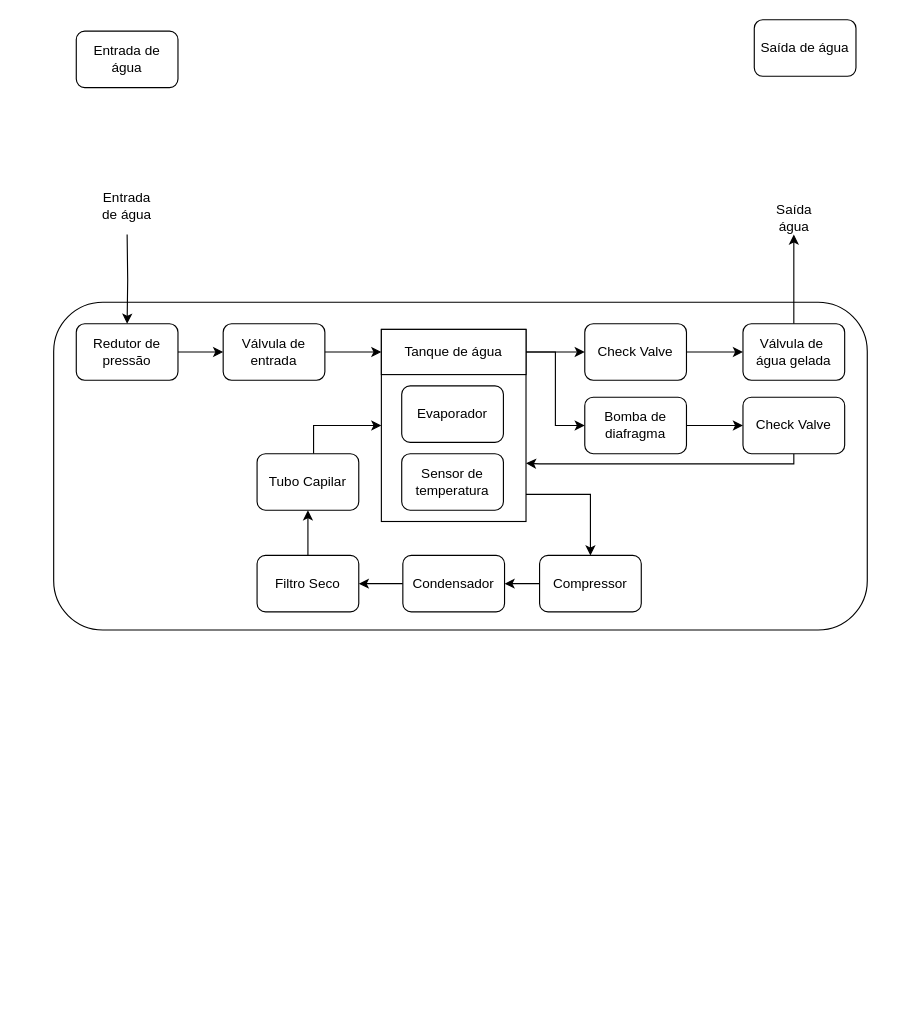
Before: Fluxogramas/Ciclo_refrigeracao.drawio in GABRIELLUIZMARTINS/DrawIO, a draw.io diagram. Source tidied: cells renumbered, new cells numbered last; positions are measured from the earlier drawing's top-left corner, leaving out a move shared by most shapes. Both pictures are drawn from the tidied source at 113%, with x=0, y=0 at pixel (53, 19).
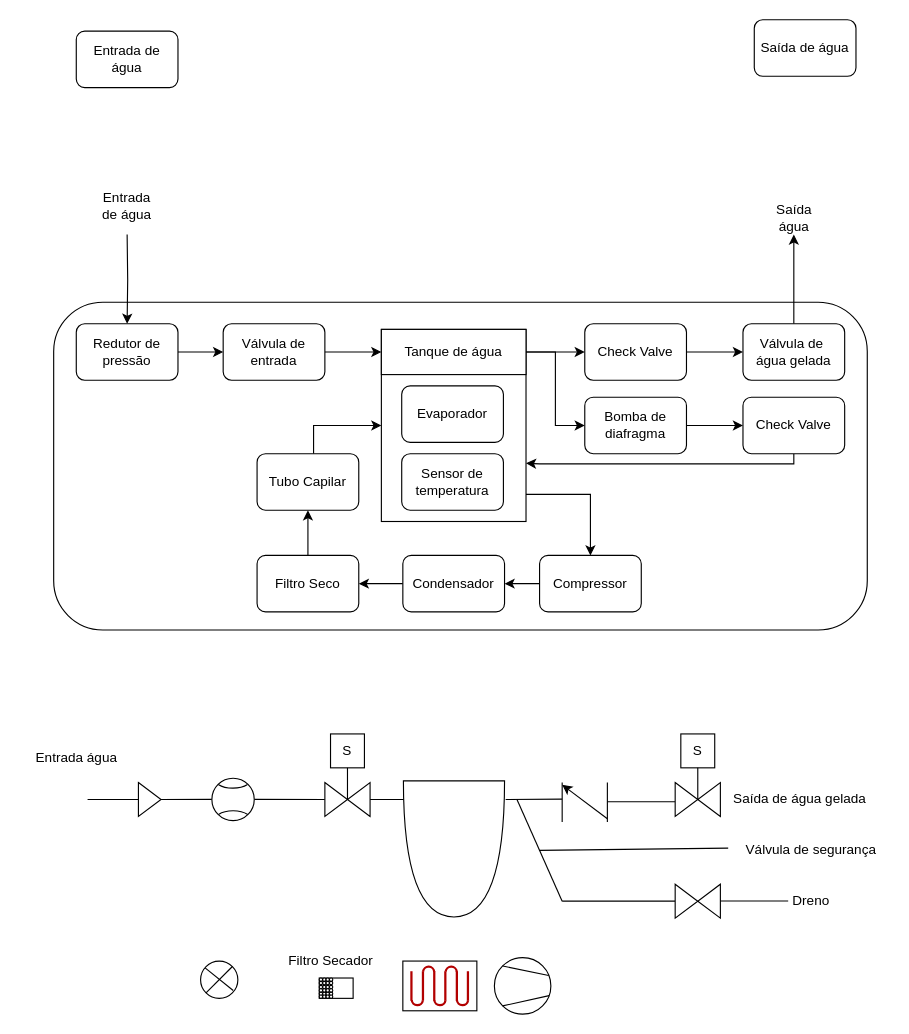
Above is the later version.

Change to the diagram source:
```diff
@@
+    <mxCell id="36" style="endArrow=none;html=1;rounded=0;entryX=0;entryY=0.5;entryDx=0;entryDy=0;" parent="1" edge="1" target="37">
+      <mxGeometry relative="1" as="geometry">
+        <mxPoint x="30" y="690" as="sourcePoint" />
+      </mxGeometry>
+    </mxCell>
+    <mxCell id="37" style="triangle;whiteSpace=wrap;html=1;" parent="1" vertex="1">
+      <mxGeometry x="75" y="675" width="20" height="30" as="geometry" />
+    </mxCell>
+    <mxCell id="38" style="endArrow=none;html=1;rounded=0;exitX=1;exitY=0.5;exitDx=0;exitDy=0;" parent="1" edge="1" source="37" target="45">
+      <mxGeometry relative="1" as="geometry" />
+    </mxCell>
+    <mxCell id="39" style="endArrow=none;html=1;rounded=0;exitX=1;exitY=0.5;exitDx=0;exitDy=0;" parent="1" edge="1" source="45">
+      <mxGeometry relative="1" as="geometry">
+        <mxPoint x="240" y="690" as="targetPoint" />
+      </mxGeometry>
+    </mxCell>
+    <mxCell id="40" value="S" style="rounded=0;whiteSpace=wrap;html=1;" parent="1" vertex="1">
+      <mxGeometry x="245" y="632" width="30" height="30" as="geometry" />
+    </mxCell>
+    <mxCell id="41" style="edgeStyle=orthogonalEdgeStyle;rounded=0;jettySize=auto;html=1;endArrow=none;endFill=0;entryX=0.5;entryY=1;entryDx=0;entryDy=0;exitX=1;exitY=0.5;exitDx=0;exitDy=0;" parent="1" edge="1" source="43" target="40">
+      <mxGeometry relative="1" as="geometry">
+        <Array as="points">
+          <mxPoint x="260" y="680" />
+          <mxPoint x="260" y="680" />
+        </Array>
+      </mxGeometry>
+    </mxCell>
+    <mxCell id="42" style="triangle;whiteSpace=wrap;html=1;" parent="1" vertex="1">
+      <mxGeometry x="240" y="675" width="20" height="30" as="geometry" />
+    </mxCell>
+    <mxCell id="43" style="triangle;whiteSpace=wrap;html=1;rotation=-180;" parent="1" vertex="1">
+      <mxGeometry x="260" y="675" width="20" height="30" as="geometry" />
+    </mxCell>
+    <mxCell id="44" style="group;" parent="1" vertex="1">
+      <mxGeometry x="140" y="660" width="37.5" height="60" as="geometry" />
+    </mxCell>
+    <mxCell id="45" style="ellipse;whiteSpace=wrap;html=1;" parent="44" vertex="1">
+      <mxGeometry y="11.2" width="37.5" height="37.5" as="geometry" />
+    </mxCell>
+    <mxCell id="46" style="verticalLabelPosition=bottom;verticalAlign=top;html=1;shape=mxgraph.basic.arc;startAngle=0.3686371943260041;endAngle=0.6340846886755098;rotation=-180;" parent="44" vertex="1">
+      <mxGeometry x="1.2" y="40" width="35" height="20" as="geometry" />
+    </mxCell>
+    <mxCell id="47" style="verticalLabelPosition=bottom;verticalAlign=top;html=1;shape=mxgraph.basic.arc;startAngle=0.3686371943260041;endAngle=0.6340846886755098;rotation=0;" parent="44" vertex="1">
+      <mxGeometry x="1.2" width="35" height="20" as="geometry" />
+    </mxCell>
+    <mxCell id="48" style="endArrow=none;html=1;rounded=0;exitX=0;exitY=0.5;exitDx=0;exitDy=0;" parent="1" edge="1" source="43">
+      <mxGeometry relative="1" as="geometry">
+        <mxPoint x="310" y="690" as="targetPoint" />
+      </mxGeometry>
+    </mxCell>
+    <mxCell id="49" style="shape=or;whiteSpace=wrap;html=1;rotation=90;" parent="1" vertex="1">
+      <mxGeometry x="294" y="689" width="120.5" height="89.5" as="geometry" />
+    </mxCell>
+    <mxCell id="50" style="endArrow=none;html=1;rounded=0;" parent="1" edge="1">
+      <mxGeometry relative="1" as="geometry">
+        <mxPoint x="490" y="692" as="sourcePoint" />
+        <mxPoint x="550" y="692" as="targetPoint" />
+      </mxGeometry>
+    </mxCell>
+    <mxCell id="51" style="endArrow=none;html=1;rounded=0;" parent="1" edge="1">
+      <mxGeometry relative="1" as="geometry">
+        <mxPoint x="410" y="690" as="sourcePoint" />
+        <mxPoint x="450" y="780" as="targetPoint" />
+      </mxGeometry>
+    </mxCell>
+    <mxCell id="52" value="Válvula de segurança" style="text;html=1;align=center;verticalAlign=middle;points=[];strokeColor=none;fillColor=none;" parent="1" vertex="1">
+      <mxGeometry x="600" y="720" width="140" height="30" as="geometry" />
+    </mxCell>
+    <mxCell id="53" value="S" style="rounded=0;whiteSpace=wrap;html=1;" parent="1" vertex="1">
+      <mxGeometry x="555" y="632" width="30" height="30" as="geometry" />
+    </mxCell>
+    <mxCell id="54" style="edgeStyle=orthogonalEdgeStyle;rounded=0;jettySize=auto;html=1;endArrow=none;endFill=0;entryX=0.5;entryY=1;entryDx=0;entryDy=0;exitX=1;exitY=0.5;exitDx=0;exitDy=0;" parent="1" edge="1" source="56" target="53">
+      <mxGeometry relative="1" as="geometry">
+        <Array as="points">
+          <mxPoint x="570" y="680" />
+          <mxPoint x="570" y="680" />
+        </Array>
+      </mxGeometry>
+    </mxCell>
+    <mxCell id="55" style="triangle;whiteSpace=wrap;html=1;" parent="1" vertex="1">
+      <mxGeometry x="550" y="675" width="20" height="30" as="geometry" />
+    </mxCell>
+    <mxCell id="56" style="triangle;whiteSpace=wrap;html=1;rotation=-180;" parent="1" vertex="1">
+      <mxGeometry x="570" y="675" width="20" height="30" as="geometry" />
+    </mxCell>
+    <mxCell id="57" style="endArrow=none;html=1;rounded=0;" parent="1" edge="1">
+      <mxGeometry relative="1" as="geometry">
+        <mxPoint x="490" y="710" as="sourcePoint" />
+        <mxPoint x="490" y="675" as="targetPoint" />
+      </mxGeometry>
+    </mxCell>
+    <mxCell id="58" style="endArrow=none;html=1;rounded=0;" parent="1" edge="1">
+      <mxGeometry relative="1" as="geometry">
+        <mxPoint x="450" y="710" as="sourcePoint" />
+        <mxPoint x="450" y="675" as="targetPoint" />
+      </mxGeometry>
+    </mxCell>
+    <mxCell id="59" style="endArrow=classic;html=1;rounded=0;" parent="1" edge="1">
+      <mxGeometry relative="1" as="geometry">
+        <mxPoint x="490" y="707" as="sourcePoint" />
+        <mxPoint x="450" y="677" as="targetPoint" />
+      </mxGeometry>
+    </mxCell>
+    <mxCell id="60" style="endArrow=none;html=1;rounded=0;" parent="1" edge="1">
+      <mxGeometry relative="1" as="geometry">
+        <mxPoint x="400" y="690" as="sourcePoint" />
+        <mxPoint x="450" y="689.7" as="targetPoint" />
+      </mxGeometry>
+    </mxCell>
+    <mxCell id="61" value="Saída de água gelada" style="text;html=1;align=center;verticalAlign=middle;strokeColor=none;fillColor=none;" parent="1" vertex="1">
+      <mxGeometry x="590" y="675" width="140" height="30" as="geometry" />
+    </mxCell>
+    <mxCell id="62" style="endArrow=none;html=1;rounded=0;entryX=0;entryY=0.5;entryDx=0;entryDy=0;" parent="1" edge="1" target="63">
+      <mxGeometry relative="1" as="geometry">
+        <mxPoint x="450" y="780" as="sourcePoint" />
+      </mxGeometry>
+    </mxCell>
+    <mxCell id="63" style="triangle;whiteSpace=wrap;html=1;" parent="1" vertex="1">
+      <mxGeometry x="550" y="765" width="20" height="30" as="geometry" />
+    </mxCell>
+    <mxCell id="64" style="triangle;whiteSpace=wrap;html=1;rotation=-180;" parent="1" vertex="1">
+      <mxGeometry x="570" y="765" width="20" height="30" as="geometry" />
+    </mxCell>
+    <mxCell id="65" value="Dreno" style="text;html=1;align=center;verticalAlign=middle;strokeColor=none;fillColor=none;" parent="1" vertex="1">
+      <mxGeometry x="640" y="765" width="60" height="30" as="geometry" />
+    </mxCell>
+    <mxCell id="66" style="endArrow=none;html=1;rounded=0;" parent="1" edge="1">
+      <mxGeometry relative="1" as="geometry">
+        <mxPoint x="590" y="779.8" as="sourcePoint" />
+        <mxPoint x="650" y="779.8" as="targetPoint" />
+      </mxGeometry>
+    </mxCell>
+    <mxCell id="67" style="endArrow=none;html=1;rounded=0;entryX=-0.022;entryY=0.437;entryDx=0;entryDy=0;entryPerimeter=0;" parent="1" edge="1" target="52">
+      <mxGeometry relative="1" as="geometry">
+        <mxPoint x="430" y="735" as="sourcePoint" />
+      </mxGeometry>
+    </mxCell>
+    <mxCell id="68" value="Entrada água" style="text;html=1;align=center;verticalAlign=middle;strokeColor=none;fillColor=none;" parent="1" vertex="1">
+      <mxGeometry x="-30" y="638" width="100" height="30" as="geometry" />
+    </mxCell>
+    <mxCell id="69" style="group;" parent="1" vertex="1">
+      <mxGeometry x="390" y="830" width="50" height="50" as="geometry" />
+    </mxCell>
+    <mxCell id="70" style="ellipse;whiteSpace=wrap;html=1;" parent="69" vertex="1">
+      <mxGeometry width="50" height="50" as="geometry" />
+    </mxCell>
+    <mxCell id="71" style="endArrow=none;html=1;rounded=0;exitX=0;exitY=1;exitDx=0;exitDy=0;entryX=0.969;entryY=0.671;entryDx=0;entryDy=0;entryPerimeter=0;" parent="69" edge="1" source="70" target="70">
+      <mxGeometry relative="1" as="geometry" />
+    </mxCell>
+    <mxCell id="72" style="endArrow=none;html=1;rounded=0;exitX=0;exitY=0;exitDx=0;exitDy=0;entryX=0.962;entryY=0.316;entryDx=0;entryDy=0;entryPerimeter=0;" parent="69" edge="1" source="70" target="70">
+      <mxGeometry relative="1" as="geometry" />
+    </mxCell>
+    <mxCell id="73" style="rounded=0;whiteSpace=wrap;html=1;" parent="1" vertex="1">
+      <mxGeometry x="309" y="833" width="65.5" height="44" as="geometry" />
+    </mxCell>
+    <mxCell id="74" style="verticalLabelPosition=bottom;verticalAlign=top;html=1;shape=mxgraph.basic.arc;startAngle=0.7736965711387448;endAngle=0.23488796658054026;rotation=-180;strokeWidth=2;fillColor=#e51400;fontColor=#ffffff;strokeColor=#B20000;" parent="1" vertex="1">
+      <mxGeometry x="336.8" y="862" width="10" height="10" as="geometry" />
+    </mxCell>
+    <mxCell id="75" style="endArrow=none;html=1;rounded=0;strokeWidth=2;fillColor=#e51400;strokeColor=#B20000;" parent="1" edge="1">
+      <mxGeometry relative="1" as="geometry">
+        <mxPoint x="336.8" y="868" as="sourcePoint" />
+        <mxPoint x="336.8" y="842" as="targetPoint" />
+      </mxGeometry>
+    </mxCell>
+    <mxCell id="76" style="verticalLabelPosition=bottom;verticalAlign=top;html=1;shape=mxgraph.basic.arc;startAngle=0.7736965711387448;endAngle=0.23488796658054026;strokeWidth=2;fillColor=#e51400;fontColor=#ffffff;strokeColor=#B20000;" parent="1" vertex="1">
+      <mxGeometry x="326.8" y="838" width="10" height="10" as="geometry" />
+    </mxCell>
+    <mxCell id="77" style="endArrow=none;html=1;rounded=0;strokeWidth=2;fillColor=#e51400;strokeColor=#B20000;" parent="1" edge="1">
+      <mxGeometry relative="1" as="geometry">
+        <mxPoint x="346.6" y="868" as="sourcePoint" />
+        <mxPoint x="346.6" y="842" as="targetPoint" />
+      </mxGeometry>
+    </mxCell>
+    <mxCell id="78" style="verticalLabelPosition=bottom;verticalAlign=top;html=1;shape=mxgraph.basic.arc;startAngle=0.7736965711387448;endAngle=0.23488796658054026;rotation=-180;strokeWidth=2;fillColor=#e51400;fontColor=#ffffff;strokeColor=#B20000;" parent="1" vertex="1">
+      <mxGeometry x="356.8" y="862" width="10" height="10" as="geometry" />
+    </mxCell>
+    <mxCell id="79" style="endArrow=none;html=1;rounded=0;strokeWidth=2;fillColor=#e51400;strokeColor=#B20000;" parent="1" edge="1">
+      <mxGeometry relative="1" as="geometry">
+        <mxPoint x="356.8" y="868" as="sourcePoint" />
+        <mxPoint x="356.8" y="842" as="targetPoint" />
+      </mxGeometry>
+    </mxCell>
+    <mxCell id="80" style="verticalLabelPosition=bottom;verticalAlign=top;html=1;shape=mxgraph.basic.arc;startAngle=0.7736965711387448;endAngle=0.23488796658054026;strokeWidth=2;fillColor=#e51400;fontColor=#ffffff;strokeColor=#B20000;" parent="1" vertex="1">
+      <mxGeometry x="346.8" y="838" width="10" height="10" as="geometry" />
+    </mxCell>
+    <mxCell id="81" style="endArrow=none;html=1;rounded=0;strokeWidth=2;fillColor=#e51400;strokeColor=#B20000;" parent="1" edge="1">
+      <mxGeometry relative="1" as="geometry">
+        <mxPoint x="366.6" y="868" as="sourcePoint" />
+        <mxPoint x="366.6" y="842" as="targetPoint" />
+      </mxGeometry>
+    </mxCell>
+    <mxCell id="82" style="verticalLabelPosition=bottom;verticalAlign=top;html=1;shape=mxgraph.basic.arc;startAngle=0.7736965711387448;endAngle=0.23488796658054026;rotation=-180;strokeWidth=2;fillColor=#e51400;fontColor=#ffffff;strokeColor=#B20000;" parent="1" vertex="1">
+      <mxGeometry x="316.8" y="862" width="10" height="10" as="geometry" />
+    </mxCell>
+    <mxCell id="83" style="endArrow=none;html=1;rounded=0;strokeWidth=2;fillColor=#e51400;strokeColor=#B20000;" parent="1" edge="1">
+      <mxGeometry relative="1" as="geometry">
+        <mxPoint x="316.6" y="868" as="sourcePoint" />
+        <mxPoint x="316.6" y="842" as="targetPoint" />
+      </mxGeometry>
+    </mxCell>
+    <mxCell id="84" style="endArrow=none;html=1;rounded=0;strokeWidth=2;fillColor=#e51400;strokeColor=#B20000;" parent="1" edge="1">
+      <mxGeometry relative="1" as="geometry">
+        <mxPoint x="326.8" y="868" as="sourcePoint" />
+        <mxPoint x="326.8" y="842" as="targetPoint" />
+      </mxGeometry>
+    </mxCell>
+    <mxCell id="85" style="rounded=0;whiteSpace=wrap;html=1;" parent="1" vertex="1">
+      <mxGeometry x="235" y="848" width="30" height="18" as="geometry" />
+    </mxCell>
+    <mxCell id="86" style="group;" parent="1" vertex="1">
+      <mxGeometry x="235" y="848" width="12" height="18" as="geometry" />
+    </mxCell>
+    <mxCell id="87" style="ellipse;whiteSpace=wrap;html=1;" parent="86" vertex="1">
+      <mxGeometry x="3" y="12.5" width="3" height="3" as="geometry" />
+    </mxCell>
+    <mxCell id="88" style="edgeStyle=orthogonalEdgeStyle;rounded=0;jettySize=auto;html=1;exitX=0;exitY=1;exitDx=0;exitDy=0;" parent="86" edge="1" source="89">
+      <mxGeometry relative="1" as="geometry">
+        <mxPoint x="3.4" y="2.5" as="targetPoint" />
+      </mxGeometry>
+    </mxCell>
+    <mxCell id="89" style="ellipse;whiteSpace=wrap;html=1;" parent="86" vertex="1">
+      <mxGeometry x="3" width="3" height="3" as="geometry" />
+    </mxCell>
+    <mxCell id="90" style="ellipse;whiteSpace=wrap;html=1;" parent="86" vertex="1">
+      <mxGeometry x="3" y="3" width="3" height="3" as="geometry" />
+    </mxCell>
+    <mxCell id="91" style="ellipse;whiteSpace=wrap;html=1;" parent="86" vertex="1">
+      <mxGeometry x="3" y="6.5" width="3" height="3" as="geometry" />
+    </mxCell>
+    <mxCell id="92" style="ellipse;whiteSpace=wrap;html=1;" parent="86" vertex="1">
+      <mxGeometry x="3" y="9.5" width="3" height="3" as="geometry" />
+    </mxCell>
+    <mxCell id="93" style="ellipse;whiteSpace=wrap;html=1;" parent="86" vertex="1">
+      <mxGeometry x="3" y="15" width="3" height="3" as="geometry" />
+    </mxCell>
+    <mxCell id="94" style="ellipse;whiteSpace=wrap;html=1;" parent="86" vertex="1">
+      <mxGeometry x="6" y="12.5" width="3" height="3" as="geometry" />
+    </mxCell>
+    <mxCell id="95" style="ellipse;whiteSpace=wrap;html=1;" parent="86" vertex="1">
+      <mxGeometry x="6" width="3" height="3" as="geometry" />
+    </mxCell>
+    <mxCell id="96" style="ellipse;whiteSpace=wrap;html=1;" parent="86" vertex="1">
+      <mxGeometry x="6" y="3" width="3" height="3" as="geometry" />
+    </mxCell>
+    <mxCell id="97" style="ellipse;whiteSpace=wrap;html=1;" parent="86" vertex="1">
+      <mxGeometry x="6" y="6.5" width="3" height="3" as="geometry" />
+    </mxCell>
+    <mxCell id="98" style="ellipse;whiteSpace=wrap;html=1;" parent="86" vertex="1">
+      <mxGeometry x="6" y="9.5" width="3" height="3" as="geometry" />
+    </mxCell>
+    <mxCell id="99" style="ellipse;whiteSpace=wrap;html=1;" parent="86" vertex="1">
+      <mxGeometry x="6" y="15" width="3" height="3" as="geometry" />
+    </mxCell>
+    <mxCell id="100" style="ellipse;whiteSpace=wrap;html=1;" parent="86" vertex="1">
+      <mxGeometry x="9" y="12.5" width="3" height="3" as="geometry" />
+    </mxCell>
+    <mxCell id="101" style="edgeStyle=orthogonalEdgeStyle;rounded=0;jettySize=auto;html=1;exitX=0;exitY=1;exitDx=0;exitDy=0;" parent="86" edge="1" source="102">
+      <mxGeometry relative="1" as="geometry">
+        <mxPoint x="9.4" y="2.5" as="targetPoint" />
+      </mxGeometry>
+    </mxCell>
+    <mxCell id="102" style="ellipse;whiteSpace=wrap;html=1;" parent="86" vertex="1">
+      <mxGeometry x="9" width="3" height="3" as="geometry" />
+    </mxCell>
+    <mxCell id="103" style="ellipse;whiteSpace=wrap;html=1;" parent="86" vertex="1">
+      <mxGeometry x="9" y="3" width="3" height="3" as="geometry" />
+    </mxCell>
+    <mxCell id="104" style="ellipse;whiteSpace=wrap;html=1;" parent="86" vertex="1">
+      <mxGeometry x="9" y="6.5" width="3" height="3" as="geometry" />
+    </mxCell>
+    <mxCell id="105" style="ellipse;whiteSpace=wrap;html=1;" parent="86" vertex="1">
+      <mxGeometry x="9" y="9.5" width="3" height="3" as="geometry" />
+    </mxCell>
+    <mxCell id="106" style="ellipse;whiteSpace=wrap;html=1;" parent="86" vertex="1">
+      <mxGeometry x="9" y="15" width="3" height="3" as="geometry" />
+    </mxCell>
+    <mxCell id="107" style="ellipse;whiteSpace=wrap;html=1;" parent="86" vertex="1">
+      <mxGeometry y="12.5" width="3" height="3" as="geometry" />
+    </mxCell>
+    <mxCell id="108" style="ellipse;whiteSpace=wrap;html=1;" parent="86" vertex="1">
+      <mxGeometry width="3" height="3" as="geometry" />
+    </mxCell>
+    <mxCell id="109" style="ellipse;whiteSpace=wrap;html=1;" parent="86" vertex="1">
+      <mxGeometry y="3" width="3" height="3" as="geometry" />
+    </mxCell>
+    <mxCell id="110" style="ellipse;whiteSpace=wrap;html=1;" parent="86" vertex="1">
+      <mxGeometry y="6.5" width="3" height="3" as="geometry" />
+    </mxCell>
+    <mxCell id="111" style="ellipse;whiteSpace=wrap;html=1;" parent="86" vertex="1">
+      <mxGeometry y="9.5" width="3" height="3" as="geometry" />
+    </mxCell>
+    <mxCell id="112" style="ellipse;whiteSpace=wrap;html=1;" parent="86" vertex="1">
+      <mxGeometry y="15" width="3" height="3" as="geometry" />
+    </mxCell>
+    <mxCell id="113" value="Filtro Secador" style="text;html=1;align=center;verticalAlign=middle;strokeColor=none;fillColor=none;" parent="1" vertex="1">
+      <mxGeometry x="195" y="818" width="100" height="30" as="geometry" />
+    </mxCell>
+    <mxCell id="114" style="ellipse;whiteSpace=wrap;html=1;" parent="1" vertex="1">
+      <mxGeometry x="130" y="833" width="33" height="33" as="geometry" />
+    </mxCell>
+    <mxCell id="115" style="endArrow=none;html=1;rounded=0;entryX=1;entryY=0;entryDx=0;entryDy=0;exitX=0;exitY=1;exitDx=0;exitDy=0;" parent="1" edge="1" source="114" target="114">
+      <mxGeometry relative="1" as="geometry" />
+    </mxCell>
+    <mxCell id="116" style="endArrow=none;html=1;rounded=0;exitX=0.098;exitY=0.246;exitDx=0;exitDy=0;exitPerimeter=0;entryX=1;entryY=1;entryDx=0;entryDy=0;" parent="1" edge="1">
+      <mxGeometry relative="1" as="geometry">
+        <mxPoint x="134" y="839" as="sourcePoint" />
+        <mxPoint x="158.9" y="859" as="targetPoint" />
+      </mxGeometry>
+    </mxCell>
```
